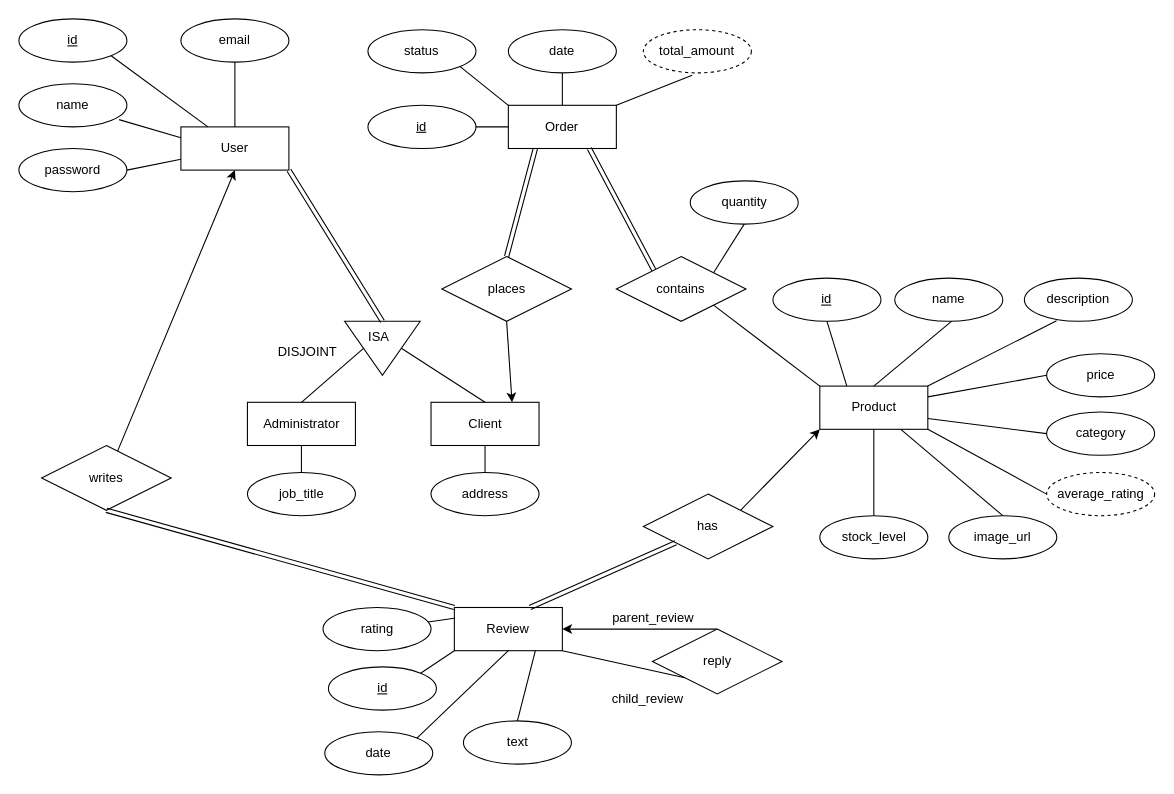
The draw.io diagram resources/diagrams/erd.dio in steamysips/steamy-sips, before the edit. Source tidied: cells renumbered, new cells numbered last; positions are measured from the earlier drawing's top-left corner, leaving out a move shared by most shapes. Both pictures are drawn from the tidied source at 108%, with x=0, y=0 at pixel (18, 18).
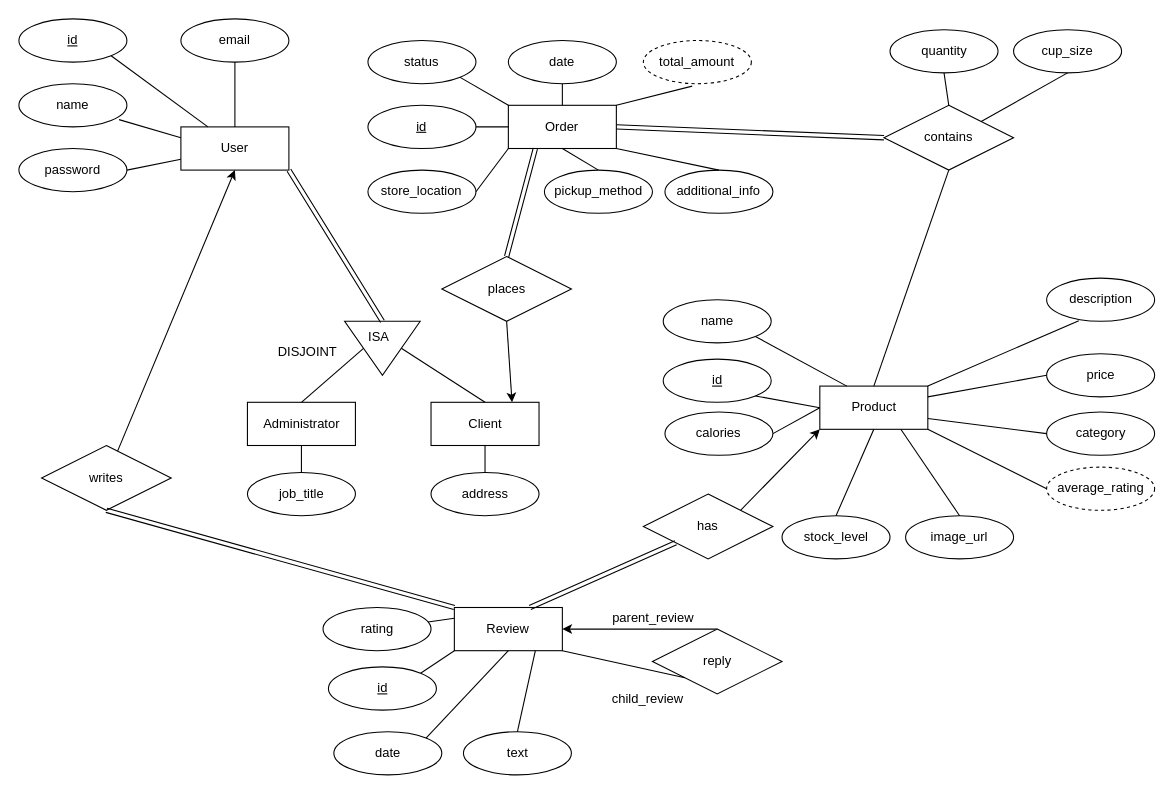
The same page after the edit.

Commit message:
add new attributes to order entity

The change refers to these unchanged cells:
```xml
<mxCell id="2" value="Product" style="whiteSpace=wrap;html=1;align=center;" parent="1" vertex="1">
  <mxGeometry x="741.6" y="340" width="100" height="40" as="geometry" />
</mxCell>
<mxCell id="56" value="Order" style="whiteSpace=wrap;html=1;align=center;" parent="1" vertex="1">
  <mxGeometry x="453.2" y="80" width="100" height="40" as="geometry" />
</mxCell>
```

What changed in the source:
```diff
@@
     <mxCell id="3" value="&lt;u&gt;id&lt;/u&gt;" style="ellipse;whiteSpace=wrap;html=1;align=center;" parent="1" vertex="1">
-      <mxGeometry x="698.2" y="240" width="100" height="40" as="geometry" />
+      <mxGeometry x="596.6" y="315" width="100" height="40" as="geometry" />
     </mxCell>
     <mxCell id="4" value="name" style="ellipse;whiteSpace=wrap;html=1;align=center;" parent="1" vertex="1">
-      <mxGeometry x="811" y="240" width="100" height="40" as="geometry" />
+      <mxGeometry x="596.6" y="260" width="100" height="40" as="geometry" />
     </mxCell>
     <mxCell id="5" value="description" style="ellipse;whiteSpace=wrap;html=1;align=center;" parent="1" vertex="1">
-      <mxGeometry x="931" y="240" width="100" height="40" as="geometry" />
+      <mxGeometry x="951.6" y="240" width="100" height="40" as="geometry" />
     </mxCell>
@@
     <mxCell id="7" value="average_rating" style="ellipse;whiteSpace=wrap;html=1;align=center;dashed=1;" parent="1" vertex="1">
-      <mxGeometry x="951.6" y="420" width="100" height="40" as="geometry" />
+      <mxGeometry x="951.6" y="415" width="100" height="40" as="geometry" />
     </mxCell>
     <mxCell id="8" value="stock_level" style="ellipse;whiteSpace=wrap;html=1;align=center;" parent="1" vertex="1">
-      <mxGeometry x="741.6" y="460" width="100" height="40" as="geometry" />
+      <mxGeometry x="706.6" y="460" width="100" height="40" as="geometry" />
     </mxCell>
@@
     <mxCell id="18" value="date" style="ellipse;whiteSpace=wrap;html=1;align=center;" parent="1" vertex="1">
-      <mxGeometry x="283.2" y="660" width="100" height="40" as="geometry" />
+      <mxGeometry x="291.6" y="660" width="100" height="40" as="geometry" />
     </mxCell>
@@
-    <mxCell id="26" style="endArrow=none;html=1;rounded=0;exitX=0.525;exitY=1;exitDx=0;exitDy=0;entryX=0.5;entryY=0;entryDx=0;entryDy=0;exitPerimeter=0;" parent="1" edge="1" source="4" target="2">
+    <mxCell id="26" style="endArrow=none;html=1;rounded=0;exitX=1;exitY=1;exitDx=0;exitDy=0;entryX=0.25;entryY=0;entryDx=0;entryDy=0;" parent="1" edge="1" source="4" target="2">
       <mxGeometry relative="1" as="geometry" />
     </mxCell>
-    <mxCell id="27" style="endArrow=none;html=1;rounded=0;entryX=0.5;entryY=1;entryDx=0;entryDy=0;exitX=0.25;exitY=0;exitDx=0;exitDy=0;" parent="1" edge="1" source="2" target="3">
+    <mxCell id="27" style="endArrow=none;html=1;rounded=0;entryX=1;entryY=1;entryDx=0;entryDy=0;exitX=0;exitY=0.5;exitDx=0;exitDy=0;" parent="1" edge="1" source="2" target="3">
       <mxGeometry relative="1" as="geometry" />
     </mxCell>
@@
-    <mxCell id="39" style="endArrow=none;html=1;rounded=0;exitX=0.5;exitY=1;exitDx=0;exitDy=0;entryX=1;entryY=0;entryDx=0;entryDy=0;startArrow=none;" parent="1" edge="1" source="73" target="57">
+    <mxCell id="39" style="endArrow=none;html=1;rounded=0;exitX=0.5;exitY=1;exitDx=0;exitDy=0;entryX=0.5;entryY=0;entryDx=0;entryDy=0;startArrow=none;" parent="1" edge="1" source="73" target="57">
       <mxGeometry relative="1" as="geometry" />
     </mxCell>
     <mxCell id="40" value="date" style="ellipse;whiteSpace=wrap;html=1;align=center;" parent="1" vertex="1">
-      <mxGeometry x="453.2" y="10" width="100" height="40" as="geometry" />
+      <mxGeometry x="453.2" y="20" width="100" height="40" as="geometry" />
     </mxCell>
@@
     <mxCell id="45" value="image_url" style="ellipse;whiteSpace=wrap;html=1;align=center;" parent="1" vertex="1">
-      <mxGeometry x="861" y="460" width="100" height="40" as="geometry" />
+      <mxGeometry x="821" y="460" width="100" height="40" as="geometry" />
     </mxCell>
@@
     <mxCell id="55" value="total_amount" style="ellipse;whiteSpace=wrap;html=1;align=center;dashed=1;" parent="1" vertex="1">
-      <mxGeometry x="578.2" y="10" width="100" height="40" as="geometry" />
+      <mxGeometry x="578.2" y="20" width="100" height="40" as="geometry" />
     </mxCell>
@@
     <mxCell id="57" value="contains" style="shape=rhombus;perimeter=rhombusPerimeter;whiteSpace=wrap;html=1;align=center;" parent="1" vertex="1">
-      <mxGeometry x="553.2" y="220" width="120" height="60" as="geometry" />
+      <mxGeometry x="801" y="80" width="120" height="60" as="geometry" />
     </mxCell>
-    <mxCell id="58" style="shape=link;html=1;rounded=0;exitX=0.75;exitY=1;exitDx=0;exitDy=0;entryX=0.288;entryY=0.205;entryDx=0;entryDy=0;entryPerimeter=0;" parent="1" edge="1" source="56" target="57">
+    <mxCell id="58" style="shape=link;html=1;rounded=0;entryX=0;entryY=0.5;entryDx=0;entryDy=0;exitX=1;exitY=0.5;exitDx=0;exitDy=0;" parent="1" edge="1" source="56" target="57">
       <mxGeometry relative="1" as="geometry" />
     </mxCell>
     <mxCell id="59" value="status" style="ellipse;whiteSpace=wrap;html=1;align=center;" parent="1" vertex="1">
-      <mxGeometry x="323.2" y="10" width="100" height="40" as="geometry" />
+      <mxGeometry x="323.2" y="20" width="100" height="40" as="geometry" />
     </mxCell>
@@
     <mxCell id="73" value="quantity" style="ellipse;whiteSpace=wrap;html=1;align=center;" parent="1" vertex="1">
-      <mxGeometry x="621.6" y="150" width="100" height="40" as="geometry" />
+      <mxGeometry x="806.6" y="10" width="100" height="40" as="geometry" />
     </mxCell>
-    <mxCell id="74" style="endArrow=none;html=1;rounded=0;exitX=0;exitY=0;exitDx=0;exitDy=0;entryX=1;entryY=1;entryDx=0;entryDy=0;" parent="1" edge="1" source="2" target="57">
+    <mxCell id="74" style="endArrow=none;html=1;rounded=0;exitX=0.5;exitY=0;exitDx=0;exitDy=0;entryX=0.5;entryY=1;entryDx=0;entryDy=0;" parent="1" edge="1" source="2" target="57">
       <mxGeometry relative="1" as="geometry" />
     </mxCell>
     <mxCell id="75" value="text" style="ellipse;whiteSpace=wrap;html=1;align=center;" parent="1" vertex="1">
-      <mxGeometry x="411.6" y="650" width="100" height="40" as="geometry" />
+      <mxGeometry x="411.6" y="660" width="100" height="40" as="geometry" />
     </mxCell>
@@
+    <mxCell id="77" value="calories" style="ellipse;whiteSpace=wrap;html=1;align=center;" parent="1" vertex="1">
+      <mxGeometry x="598.2" y="364" width="100" height="40" as="geometry" />
+    </mxCell>
+    <mxCell id="78" style="endArrow=none;html=1;rounded=0;exitX=0;exitY=0.5;exitDx=0;exitDy=0;entryX=1;entryY=0.5;entryDx=0;entryDy=0;" parent="1" edge="1" source="2" target="77">
+      <mxGeometry relative="1" as="geometry" />
+    </mxCell>
+    <mxCell id="79" value="pickup_method" style="ellipse;whiteSpace=wrap;html=1;align=center;" parent="1" vertex="1">
+      <mxGeometry x="486.6" y="140" width="100" height="40" as="geometry" />
+    </mxCell>
+    <mxCell id="80" style="endArrow=none;html=1;rounded=0;exitX=0.5;exitY=0;exitDx=0;exitDy=0;entryX=0.5;entryY=1;entryDx=0;entryDy=0;" parent="1" edge="1" source="79" target="56">
+      <mxGeometry relative="1" as="geometry" />
+    </mxCell>
+    <mxCell id="81" value="cup_size" style="ellipse;whiteSpace=wrap;html=1;align=center;" parent="1" vertex="1">
+      <mxGeometry x="921" y="10" width="100" height="40" as="geometry" />
+    </mxCell>
+    <mxCell id="82" style="endArrow=none;html=1;rounded=0;exitX=0.5;exitY=1;exitDx=0;exitDy=0;entryX=1;entryY=0;entryDx=0;entryDy=0;startArrow=none;" parent="1" edge="1" source="81" target="57">
+      <mxGeometry relative="1" as="geometry" />
+    </mxCell>
+    <mxCell id="83" value="store_location" style="ellipse;whiteSpace=wrap;html=1;align=center;" parent="1" vertex="1">
+      <mxGeometry x="323.2" y="140" width="100" height="40" as="geometry" />
+    </mxCell>
+    <mxCell id="84" style="endArrow=none;html=1;rounded=0;exitX=0;exitY=1;exitDx=0;exitDy=0;entryX=1;entryY=0.5;entryDx=0;entryDy=0;" parent="1" edge="1" source="56" target="83">
+      <mxGeometry relative="1" as="geometry" />
+    </mxCell>
+    <mxCell id="85" value="additional_info" style="ellipse;whiteSpace=wrap;html=1;align=center;" parent="1" vertex="1">
+      <mxGeometry x="598.2" y="140" width="100" height="40" as="geometry" />
+    </mxCell>
+    <mxCell id="86" style="endArrow=none;html=1;rounded=0;exitX=0.5;exitY=0;exitDx=0;exitDy=0;entryX=1;entryY=1;entryDx=0;entryDy=0;" parent="1" edge="1" source="85" target="56">
+      <mxGeometry relative="1" as="geometry" />
+    </mxCell>
```
